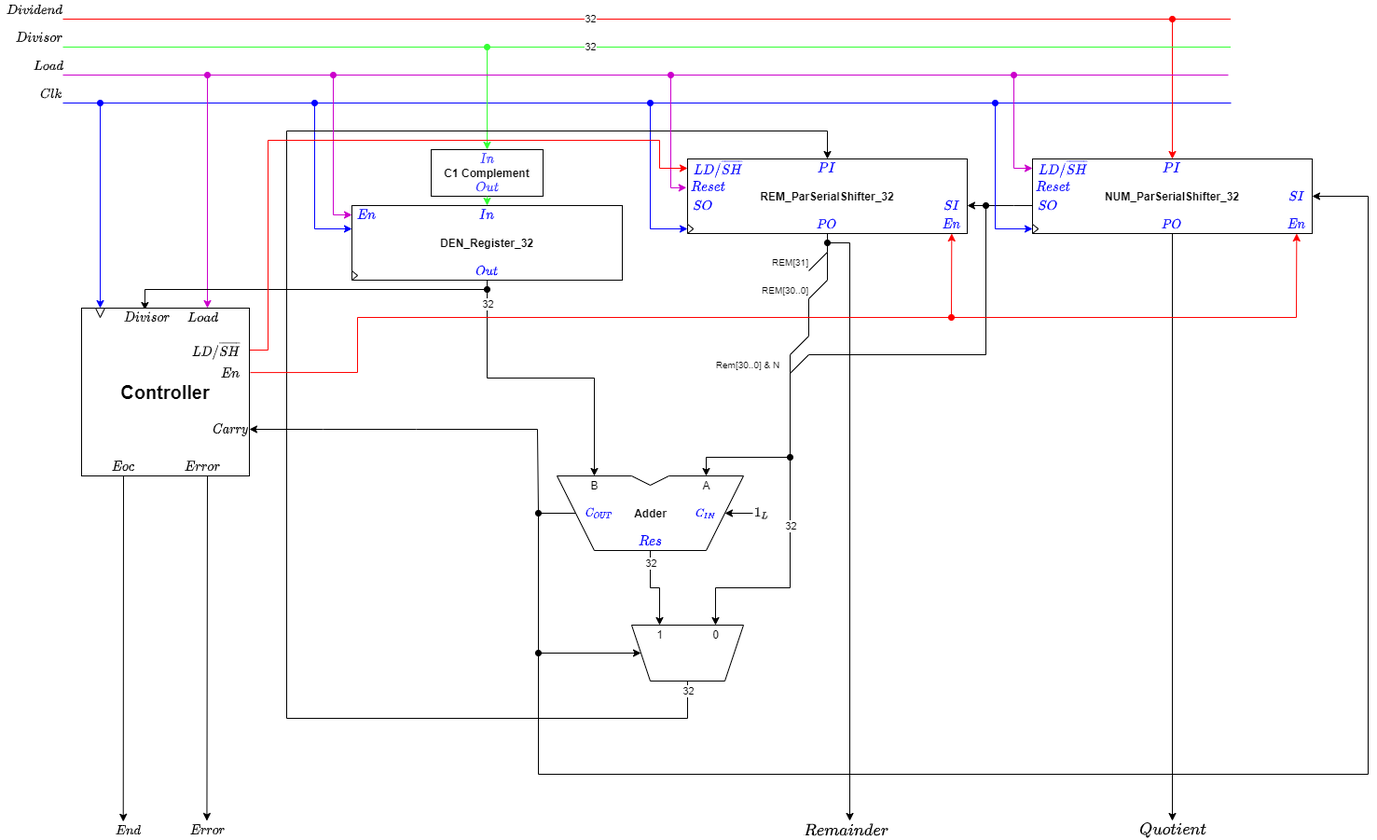
Above: Architecture.png in ErgastiAlex/PF_RL_2021 (draw.io), before the change. Source tidied: cells renumbered, new cells last; positions are measured from the earlier drawing's top-left corner, leaving out a move shared by most shapes.
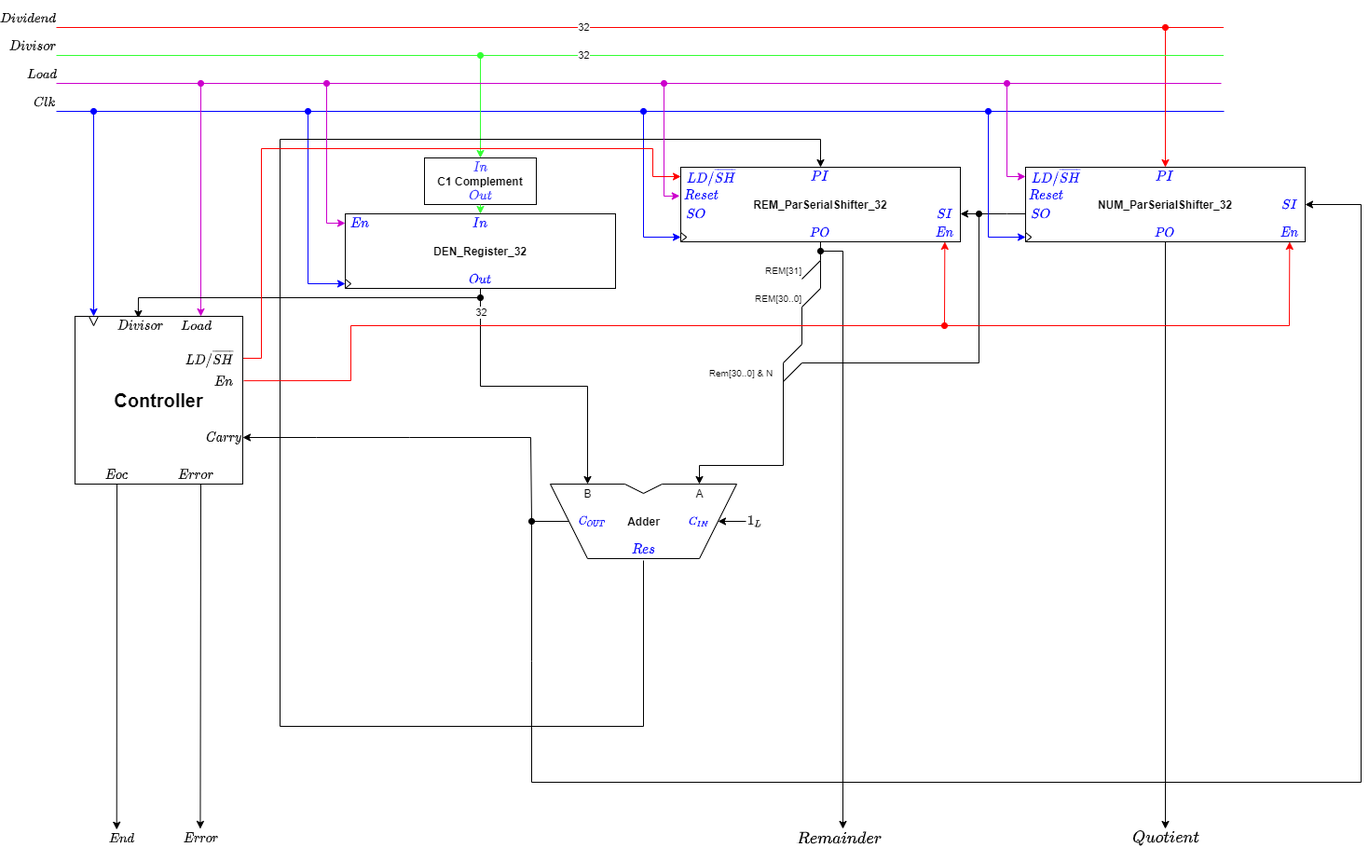
The same diagram one commit later.

Diff of the diagram source:
```diff
@@ -130,12 +130,11 @@
         </Array>
       </mxGeometry>
     </mxCell>
-    <mxCell id="33" style="endArrow=classic;html=1;entryX=0;entryY=0.5;entryDx=0;entryDy=0;rounded=0;startArrow=oval;startFill=1;strokeColor=#0000FF;" parent="1" edge="1">
+    <mxCell id="33" style="endArrow=classic;html=1;entryX=0;entryY=0.5;entryDx=0;entryDy=0;rounded=0;startArrow=oval;startFill=1;strokeColor=#0000FF;" parent="1" edge="1" target="73">
       <mxGeometry relative="1" as="geometry">
         <mxPoint x="330" y="110" as="sourcePoint" />
-        <mxPoint x="370" y="245" as="targetPoint" />
         <Array as="points">
-          <mxPoint x="330" y="245" />
+          <mxPoint x="330" y="295" />
         </Array>
       </mxGeometry>
     </mxCell>
@@ -191,63 +190,26 @@
     <mxCell id="44" value="&lt;span style=&quot;color: rgb(0 , 0 , 255) ; font-family: &amp;#34;helvetica&amp;#34; ; font-size: 10px ; font-style: normal ; font-weight: 400 ; letter-spacing: normal ; text-align: center ; text-indent: 0px ; text-transform: none ; word-spacing: 0px ; background-color: rgb(248 , 249 , 250) ; display: inline ; float: none&quot;&gt;$$C_{IN}$$&lt;/span&gt;" style="text;html=1;strokeColor=none;fillColor=none;align=center;verticalAlign=middle;whiteSpace=wrap;rounded=0;" parent="37" vertex="1">
       <mxGeometry x="140" y="30" width="40" height="20" as="geometry" />
     </mxCell>
-    <mxCell id="45" style="endArrow=classic;html=1;shadow=0;labelBackgroundColor=#FFFFFF;entryX=0.75;entryY=1;entryDx=0;entryDy=0;rounded=0;" parent="1" edge="1" target="49">
-      <mxGeometry relative="1" as="geometry">
-        <mxPoint x="690" y="590" as="sourcePoint" />
-        <Array as="points">
-          <mxPoint x="690" y="630" />
-          <mxPoint x="700" y="630" />
-        </Array>
-      </mxGeometry>
-    </mxCell>
-    <mxCell id="46" value="32" style="edgeLabel;html=1;align=center;verticalAlign=middle;" parent="45" vertex="1">
-      <mxGeometry x="-0.72" relative="1" as="geometry" />
-    </mxCell>
-    <mxCell id="47" style="edgeStyle=none;rounded=0;jettySize=auto;html=1;exitX=0.5;exitY=0;exitDx=0;exitDy=0;entryX=0.5;entryY=0;entryDx=0;entryDy=0;shadow=0;labelBackgroundColor=#FFFFFF;startArrow=none;startFill=0;endArrow=classic;endFill=1;strokeColor=#000000;strokeWidth=1;" parent="1" edge="1" source="49" target="19">
+    <mxCell id="47" style="edgeStyle=none;rounded=0;jettySize=auto;html=1;entryX=0.5;entryY=0;entryDx=0;entryDy=0;shadow=0;labelBackgroundColor=#FFFFFF;startArrow=none;startFill=0;endArrow=classic;endFill=1;strokeColor=#000000;strokeWidth=1;exitX=0.5;exitY=1.1;exitDx=0;exitDy=0;exitPerimeter=0;" parent="1" edge="1" source="41" target="19">
       <mxGeometry relative="1" as="geometry">
         <Array as="points">
-          <mxPoint x="730" y="770" />
+          <mxPoint x="690" y="770" />
           <mxPoint x="300" y="770" />
           <mxPoint x="300" y="140" />
           <mxPoint x="880" y="140" />
         </Array>
       </mxGeometry>
     </mxCell>
-    <mxCell id="48" value="32" style="edgeLabel;html=1;align=center;verticalAlign=middle;" parent="47" vertex="1">
-      <mxGeometry x="-0.99" y="-2" relative="1" as="geometry">
-        <mxPoint x="2" as="offset" />
-      </mxGeometry>
-    </mxCell>
-    <mxCell id="49" style="shape=trapezoid;perimeter=trapezoidPerimeter;whiteSpace=wrap;html=1;fixedSize=1;fillColor=#ffffff;direction=west;" parent="1" vertex="1">
-      <mxGeometry x="670" y="670" width="120" height="60" as="geometry" />
-    </mxCell>
-    <mxCell id="50" style="endArrow=classic;html=1;shadow=0;labelBackgroundColor=#FFFFFF;entryX=0.25;entryY=1;entryDx=0;entryDy=0;rounded=0;startArrow=oval;startFill=1;" parent="1" edge="1" target="49">
-      <mxGeometry relative="1" as="geometry">
-        <mxPoint x="840" y="490" as="sourcePoint" />
-        <Array as="points">
-          <mxPoint x="840" y="630" />
-          <mxPoint x="760" y="630" />
-        </Array>
-      </mxGeometry>
-    </mxCell>
-    <mxCell id="51" value="32" style="edgeLabel;html=1;align=center;verticalAlign=middle;" parent="50" vertex="1">
-      <mxGeometry x="-0.44" relative="1" as="geometry" />
-    </mxCell>
-    <mxCell id="52" style="endArrow=classic;html=1;shadow=0;labelBackgroundColor=#FFFFFF;strokeColor=#000000;rounded=0;" parent="1" edge="1" target="49">
+    <mxCell id="52" style="endArrow=none;html=1;shadow=0;labelBackgroundColor=#FFFFFF;strokeColor=#000000;rounded=0;endFill=0;" parent="1" edge="1">
       <mxGeometry relative="1" as="geometry">
         <mxPoint x="610" y="550" as="sourcePoint" />
+        <mxPoint x="570" y="700" as="targetPoint" />
         <Array as="points">
           <mxPoint x="570" y="550" />
           <mxPoint x="570" y="700" />
         </Array>
       </mxGeometry>
     </mxCell>
-    <mxCell id="53" value="1" style="text;html=1;align=center;verticalAlign=middle;" parent="1" vertex="1">
-      <mxGeometry x="690" y="670" width="20" height="20" as="geometry" />
-    </mxCell>
-    <mxCell id="54" value="0" style="text;html=1;align=center;verticalAlign=middle;" parent="1" vertex="1">
-      <mxGeometry x="750" y="670" width="20" height="20" as="geometry" />
-    </mxCell>
     <mxCell id="55" style="endArrow=none;html=1;shadow=0;labelBackgroundColor=#FFFFFF;strokeColor=#000000;startArrow=oval;startFill=1;rounded=0;endFill=0;" parent="1" edge="1">
       <mxGeometry relative="1" as="geometry">
         <mxPoint x="1050" y="220" as="sourcePoint" />
@@ -497,7 +459,7 @@
     <mxCell id="107" value="$$1_L$$" style="text;html=1;strokeColor=none;fillColor=none;align=center;verticalAlign=middle;whiteSpace=wrap;rounded=0;" parent="1" vertex="1">
       <mxGeometry x="790" y="540" width="40" height="20" as="geometry" />
     </mxCell>
-    <mxCell id="108" style="endArrow=classic;html=1;shadow=0;labelBackgroundColor=#FFFFFF;strokeColor=#000000;rounded=0;entryX=1;entryY=0.5;entryDx=0;entryDy=0;startArrow=oval;startFill=1;" parent="1" edge="1" target="12">
+    <mxCell id="108" style="endArrow=classic;html=1;shadow=0;labelBackgroundColor=#FFFFFF;strokeColor=#000000;rounded=0;entryX=1;entryY=0.5;entryDx=0;entryDy=0;startArrow=none;startFill=0;" parent="1" edge="1" target="12">
       <mxGeometry relative="1" as="geometry">
         <mxPoint x="570" y="700" as="sourcePoint" />
         <Array as="points">
```
